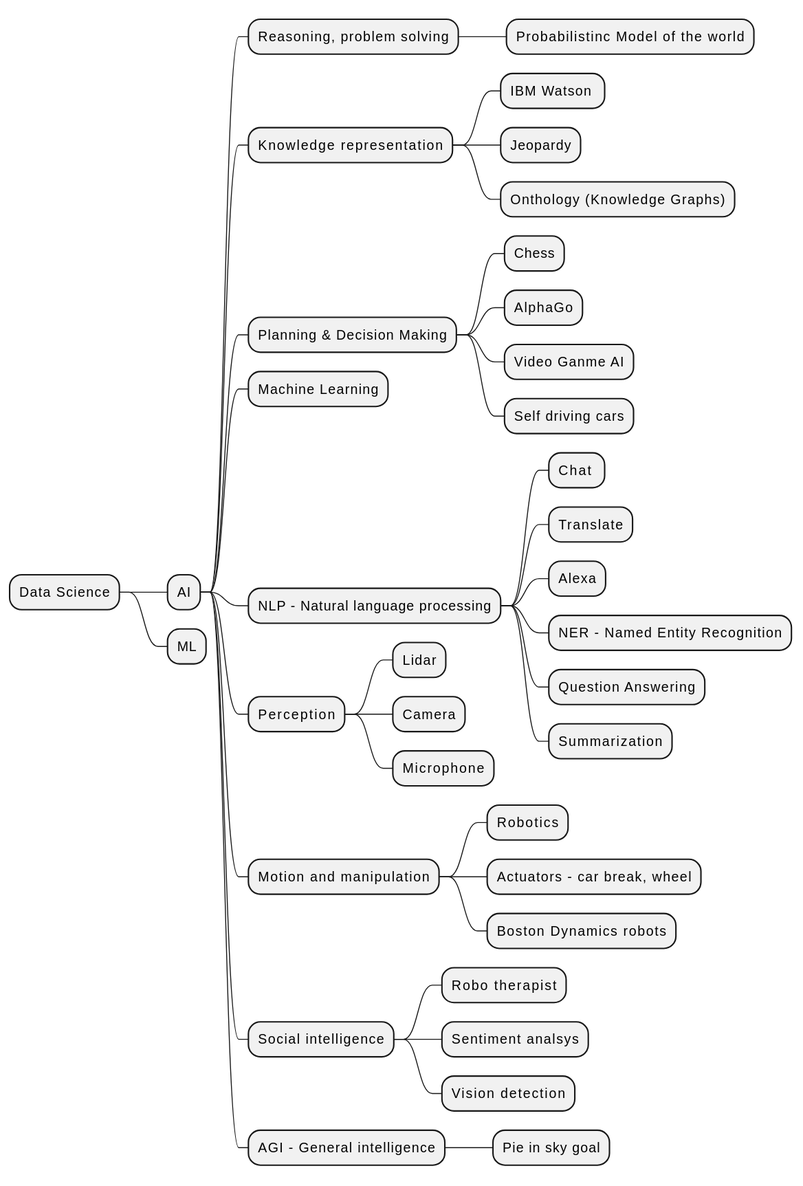
Earlier version of the PlantUML export ds_ai_ml.svg (gcziprusz/NeuralNest).
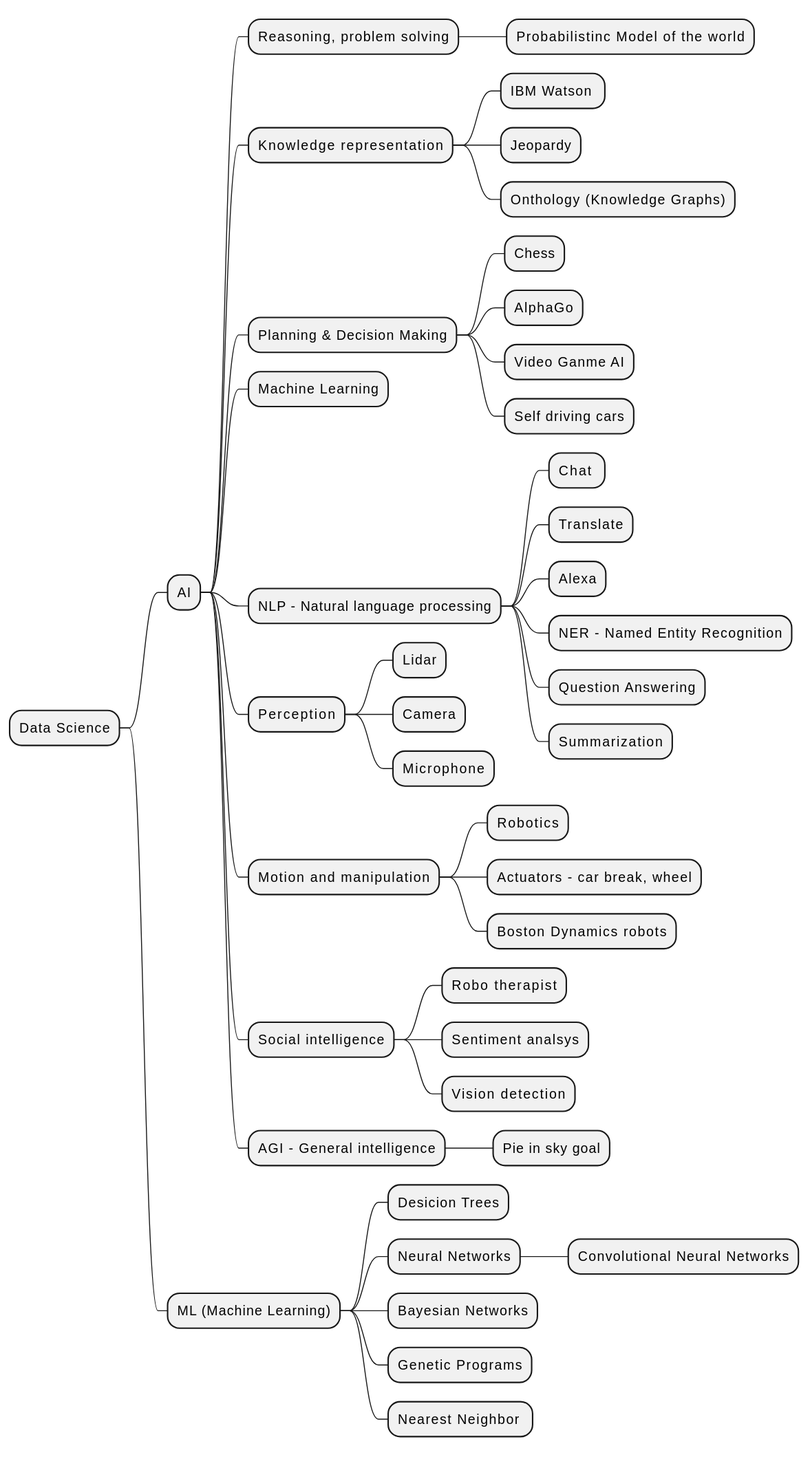
The same diagram one commit later.

Diff of the diagram source:
```diff
@@ -34,5 +34,11 @@
 **** Vision detection
 *** AGI - General intelligence
 **** Pie in sky goal
-** ML
+** ML (Machine Learning)
+*** Desicion Trees
+*** Neural Networks
+**** Convolutional Neural Networks
+*** Bayesian Networks
+*** Genetic Programs
+*** Nearest Neighbor
 @endmindmap
```
